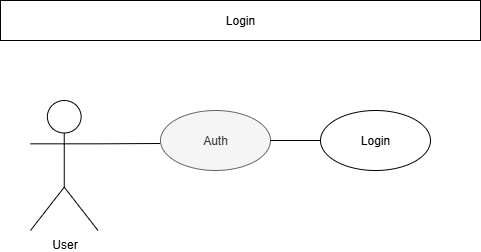
This is src/assets/Login.drawio.png from LoreG002/Backend-per-la-gestione-di-parcheggi-multi-accesso-con-OCR-fatturazione-automatica-e-statistiche, a draw.io export, as it was before one commit. Source tidied: cells renumbered, new cells last; positions are measured from the earlier drawing's top-left corner, leaving out a move shared by most shapes. Source of this version:
```xml
<mxGraphModel>
  <root>
    <mxCell id="0" />
    <mxCell id="1" parent="0" />
    <mxCell id="2" value="User" style="shape=umlActor;verticalLabelPosition=bottom;verticalAlign=top;html=1;outlineConnect=0;" parent="1" vertex="1">
      <mxGeometry x="30" y="100" width="67.5" height="130" as="geometry" />
    </mxCell>
    <mxCell id="3" value="Login" style="rounded=0;whiteSpace=wrap;html=1;" parent="1" vertex="1">
      <mxGeometry width="480" height="40" as="geometry" />
    </mxCell>
    <mxCell id="4" style="endArrow=none;html=1;rounded=0;exitX=1;exitY=0.3333333333333333;exitDx=0;exitDy=0;exitPerimeter=0;" parent="1" edge="1" source="2">
      <mxGeometry relative="1" as="geometry">
        <mxPoint x="160" y="143" as="targetPoint" />
      </mxGeometry>
    </mxCell>
    <mxCell id="5" value="Auth" style="ellipse;whiteSpace=wrap;html=1;fillColor=#f5f5f5;fontColor=#333333;strokeColor=#666666;" parent="1" vertex="1">
      <mxGeometry x="160" y="110" width="110" height="60" as="geometry" />
    </mxCell>
    <mxCell id="6" style="endArrow=none;html=1;rounded=0;exitX=1;exitY=0.5;exitDx=0;exitDy=0;" parent="1" edge="1" source="5">
      <mxGeometry relative="1" as="geometry">
        <mxPoint x="320" y="140" as="targetPoint" />
      </mxGeometry>
    </mxCell>
    <mxCell id="7" value="Login" style="ellipse;whiteSpace=wrap;html=1;" parent="1" vertex="1">
      <mxGeometry x="320" y="110" width="110" height="60" as="geometry" />
    </mxCell>
  </root>
</mxGraphModel>
```
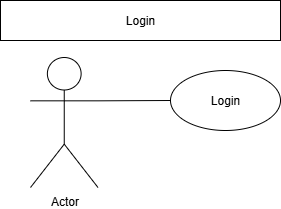
The same diagram one commit later.

Diff of the diagram source:
```diff
@@ -2,27 +2,17 @@
   <root>
     <mxCell id="0" />
     <mxCell id="1" parent="0" />
-    <mxCell id="2" value="User" style="shape=umlActor;verticalLabelPosition=bottom;verticalAlign=top;html=1;outlineConnect=0;" parent="1" vertex="1">
-      <mxGeometry x="30" y="100" width="67.5" height="130" as="geometry" />
+    <mxCell id="2" value="Actor" style="shape=umlActor;verticalLabelPosition=bottom;verticalAlign=top;html=1;outlineConnect=0;" parent="1" vertex="1">
+      <mxGeometry x="30" y="97" width="67.5" height="130" as="geometry" />
     </mxCell>
     <mxCell id="3" value="Login" style="rounded=0;whiteSpace=wrap;html=1;" parent="1" vertex="1">
-      <mxGeometry width="480" height="40" as="geometry" />
+      <mxGeometry y="40" width="280" height="40" as="geometry" />
     </mxCell>
-    <mxCell id="4" style="endArrow=none;html=1;rounded=0;exitX=1;exitY=0.3333333333333333;exitDx=0;exitDy=0;exitPerimeter=0;" parent="1" edge="1" source="2">
-      <mxGeometry relative="1" as="geometry">
-        <mxPoint x="160" y="143" as="targetPoint" />
-      </mxGeometry>
-    </mxCell>
-    <mxCell id="5" value="Auth" style="ellipse;whiteSpace=wrap;html=1;fillColor=#f5f5f5;fontColor=#333333;strokeColor=#666666;" parent="1" vertex="1">
-      <mxGeometry x="160" y="110" width="110" height="60" as="geometry" />
-    </mxCell>
-    <mxCell id="6" style="endArrow=none;html=1;rounded=0;exitX=1;exitY=0.5;exitDx=0;exitDy=0;" parent="1" edge="1" source="5">
-      <mxGeometry relative="1" as="geometry">
-        <mxPoint x="320" y="140" as="targetPoint" />
-      </mxGeometry>
-    </mxCell>
     <mxCell id="7" value="Login" style="ellipse;whiteSpace=wrap;html=1;" parent="1" vertex="1">
-      <mxGeometry x="320" y="110" width="110" height="60" as="geometry" />
+      <mxGeometry x="170" y="110" width="110" height="60" as="geometry" />
     </mxCell>
+    <mxCell id="8" style="endArrow=none;html=1;rounded=0;exitX=1;exitY=0.3333333333333333;exitDx=0;exitDy=0;exitPerimeter=0;entryX=0;entryY=0.5;entryDx=0;entryDy=0;" parent="1" edge="1" source="2" target="7">
+      <mxGeometry relative="1" as="geometry" />
+    </mxCell>
   </root>
 </mxGraphModel>
```
